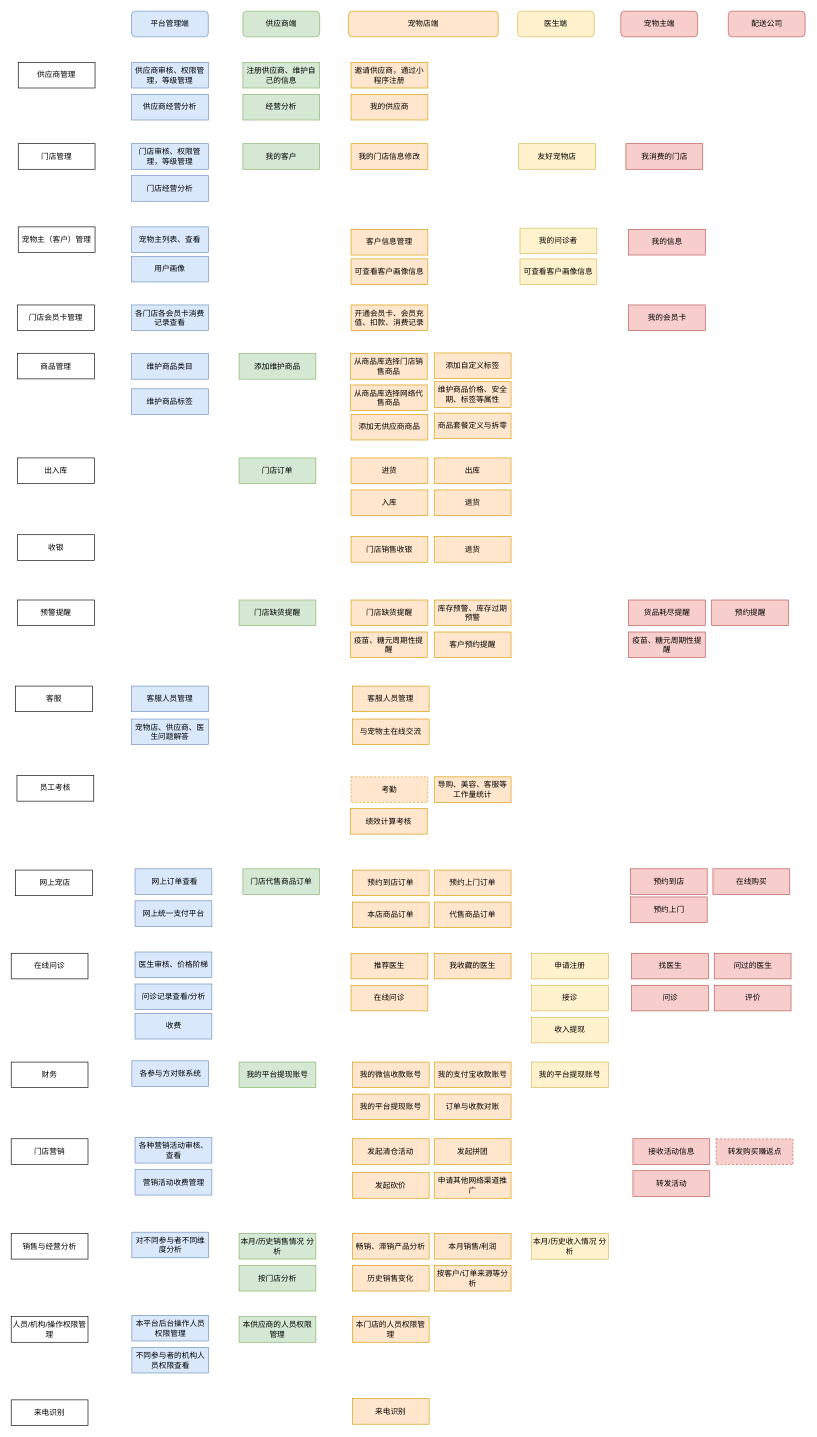
This is 宠物平台.drawio from JefferNew/data2wisdom, a draw.io file, before an edit. Source tidied: cells renumbered, new cells numbered last; positions are measured from the earlier drawing's top-left corner, leaving out a move shared by most shapes. Both pictures are drawn from the tidied source at 64%, with x=0, y=0 at pixel (11, 11).
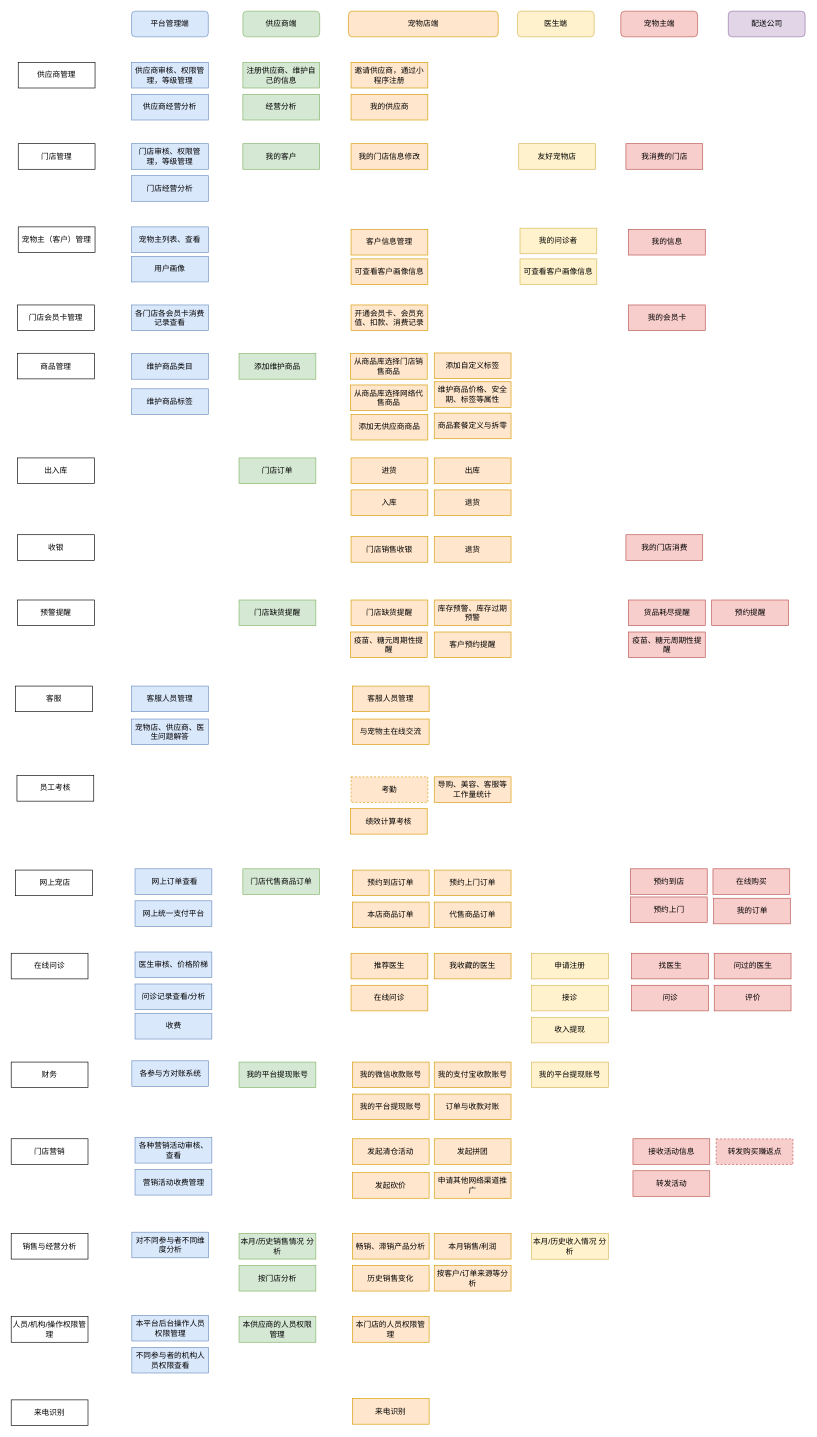
The same page after the edit.

What changed in the source:
```diff
@@
-    <mxCell id="7" value="配送公司" style="rounded=1;whiteSpace=wrap;html=1;fillColor=#f8cecc;strokeColor=#b85450;" parent="1" vertex="1">
+    <mxCell id="7" value="配送公司" style="rounded=1;whiteSpace=wrap;html=1;fillColor=#e1d5e7;strokeColor=#9673a6;" parent="1" vertex="1">
       <mxGeometry x="1120.5" width="120" height="40" as="geometry" />
     </mxCell>
@@
+    <mxCell id="130" value="我的订单" style="rounded=0;whiteSpace=wrap;html=1;fillColor=#f8cecc;strokeColor=#b85450;" parent="1" vertex="1">
+      <mxGeometry x="1097.5" y="1386" width="120" height="40" as="geometry" />
+    </mxCell>
+    <mxCell id="131" value="我的门店消费" style="rounded=0;whiteSpace=wrap;html=1;fillColor=#f8cecc;strokeColor=#b85450;" parent="1" vertex="1">
+      <mxGeometry x="960.5" y="818" width="120" height="40" as="geometry" />
+    </mxCell>
```
